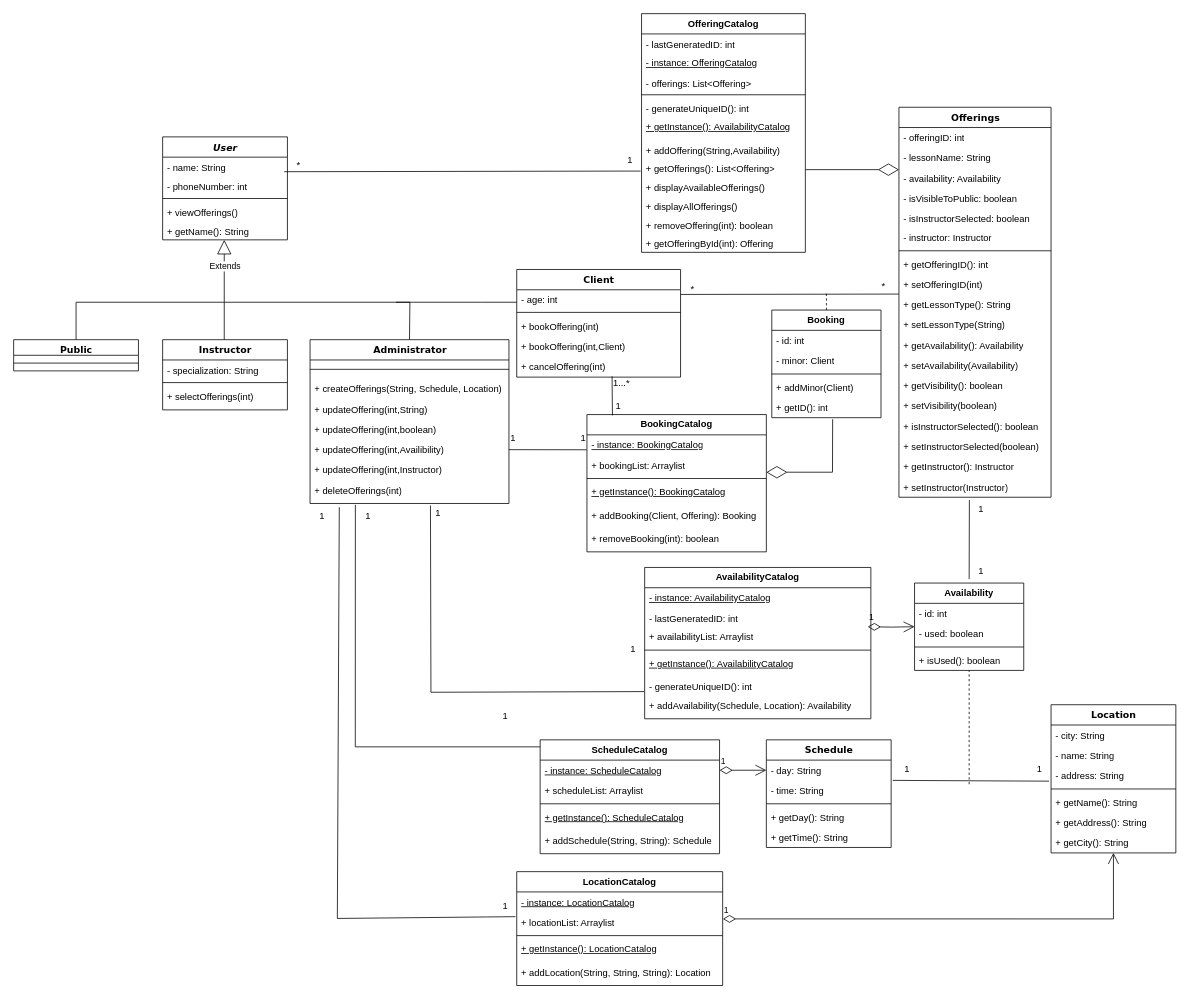
codedsami/SOEN-342-Project keeps this draw.io diagram as iteration 3/UML_Class_Diagram_Process_Bookings.drawio. Above is the earlier version. Source tidied: cells renumbered, new cells numbered last; positions are measured from the earlier drawing's top-left corner, leaving out a move shared by most shapes. Both pictures are drawn from the tidied source at 78%, with x=0, y=0 at pixel (13, 13).
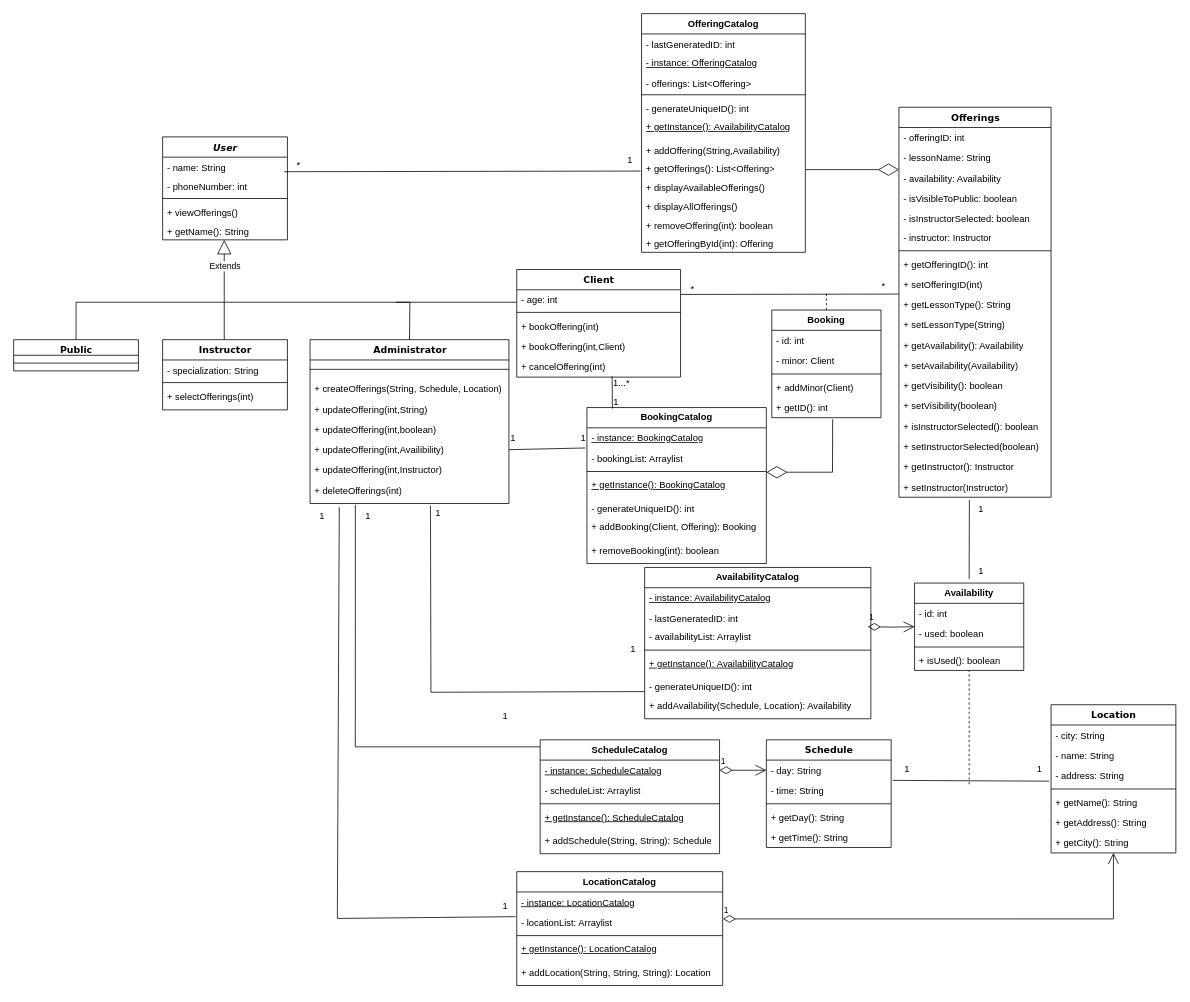
After the change.

Commit message (it also covers changes not shown here):
fixed typo in class diagram

Unchanged cells that the change refers to:
```xml
<mxCell id="60" value="&lt;b&gt;ScheduleCatalog&lt;/b&gt;" style="swimlane;fontStyle=0;horizontal=1;startSize=26;fillColor=none;whiteSpace=wrap;html=1;" parent="1" vertex="1">
  <mxGeometry x="675" y="931" width="230" height="146" as="geometry" />
</mxCell>
<mxCell id="73" value="&lt;div&gt;+ updateOffering(int,Availibility)&lt;/div&gt;&lt;div&gt;&lt;br&gt;&lt;/div&gt;" style="text;html=1;strokeColor=none;fillColor=none;align=left;verticalAlign=top;spacingLeft=4;spacingRight=4;whiteSpace=wrap;overflow=hidden;points=[[0,0.5],[1,0.5]];portConstraint=eastwest;" parent="68" vertex="1">
  <mxGeometry y="128" width="255" height="26" as="geometry" />
</mxCell>
<mxCell id="122" value="1" style="text;html=1;align=center;verticalAlign=middle;points=[];strokeColor=none;fillColor=none;" parent="1" vertex="1">
  <mxGeometry x="715" y="530" width="30" height="30" as="geometry" />
</mxCell>
<mxCell id="126" value="&lt;b&gt;LocationCatalog&lt;/b&gt;" style="swimlane;fontStyle=0;horizontal=1;startSize=26;fillColor=none;whiteSpace=wrap;html=1;" parent="1" vertex="1">
  <mxGeometry x="645" y="1100" width="264" height="146" as="geometry" />
</mxCell>
<mxCell id="132" value="&lt;b&gt;AvailabilityCatalog&lt;/b&gt;" style="swimlane;fontStyle=0;horizontal=1;startSize=26;fillColor=none;whiteSpace=wrap;html=1;" parent="1" vertex="1">
  <mxGeometry x="809" y="710" width="290" height="194" as="geometry" />
</mxCell>
<mxCell id="141" value="&lt;u&gt;- instance: BookingCatalog&lt;/u&gt;" style="text;strokeColor=none;fillColor=none;align=left;verticalAlign=top;spacingLeft=4;spacingRight=4;overflow=hidden;points=[[0,0.5],[1,0.5]];portConstraint=eastwest;whiteSpace=wrap;html=1;" parent="140" vertex="1">
  <mxGeometry y="26" width="230" height="26" as="geometry" />
</mxCell>
```

What changed in the source:
```diff
@@
-    <mxCell id="62" value="+ scheduleList: Arraylist" style="text;strokeColor=none;fillColor=none;align=left;verticalAlign=top;spacingLeft=4;spacingRight=4;overflow=hidden;whiteSpace=wrap;html=1;" parent="60" vertex="1">
+    <mxCell id="62" value="- scheduleList: Arraylist" style="text;strokeColor=none;fillColor=none;align=left;verticalAlign=top;spacingLeft=4;spacingRight=4;overflow=hidden;whiteSpace=wrap;html=1;" parent="60" vertex="1">
       <mxGeometry y="52" width="230" height="26" as="geometry" />
     </mxCell>
@@
-    <mxCell id="120" style="endArrow=none;html=1;rounded=0;exitX=1;exitY=0.5;exitDx=0;exitDy=0;entryX=-0.002;entryY=0.736;entryDx=0;entryDy=0;entryPerimeter=0;" parent="1" edge="1" source="73" target="141">
+    <mxCell id="120" style="endArrow=none;html=1;rounded=0;exitX=1;exitY=0.5;exitDx=0;exitDy=0;entryX=0.597;entryY=0.894;entryDx=0;entryDy=0;entryPerimeter=0;" parent="1" edge="1" source="73" target="122">
       <mxGeometry relative="1" as="geometry" />
     </mxCell>
@@
-    <mxCell id="128" value="+ locationList: Arraylist" style="text;strokeColor=none;fillColor=none;align=left;verticalAlign=top;spacingLeft=4;spacingRight=4;overflow=hidden;points=[[0,0.5],[1,0.5]];portConstraint=eastwest;whiteSpace=wrap;html=1;" parent="126" vertex="1">
+    <mxCell id="128" value="- locationList: Arraylist" style="text;strokeColor=none;fillColor=none;align=left;verticalAlign=top;spacingLeft=4;spacingRight=4;overflow=hidden;points=[[0,0.5],[1,0.5]];portConstraint=eastwest;whiteSpace=wrap;html=1;" parent="126" vertex="1">
       <mxGeometry y="52" width="264" height="26" as="geometry" />
     </mxCell>
@@
-    <mxCell id="135" value="+ availabilityList: Arraylist" style="text;strokeColor=none;fillColor=none;align=left;verticalAlign=top;spacingLeft=4;spacingRight=4;overflow=hidden;whiteSpace=wrap;html=1;" parent="132" vertex="1">
+    <mxCell id="135" value="- availabilityList: Arraylist" style="text;strokeColor=none;fillColor=none;align=left;verticalAlign=top;spacingLeft=4;spacingRight=4;overflow=hidden;whiteSpace=wrap;html=1;" parent="132" vertex="1">
       <mxGeometry y="76" width="290" height="26" as="geometry" />
     </mxCell>
@@
     <mxCell id="140" value="&lt;b&gt;BookingCatalog&lt;/b&gt;" style="swimlane;fontStyle=0;horizontal=1;startSize=26;fillColor=none;whiteSpace=wrap;html=1;" parent="1" vertex="1">
-      <mxGeometry x="735" y="514" width="230" height="176" as="geometry" />
+      <mxGeometry x="735" y="505" width="230" height="200" as="geometry" />
     </mxCell>
@@
-    <mxCell id="142" value="+ bookingList: Arraylist" style="text;strokeColor=none;fillColor=none;align=left;verticalAlign=top;spacingLeft=4;spacingRight=4;overflow=hidden;whiteSpace=wrap;html=1;" parent="140" vertex="1">
+    <mxCell id="142" value="- bookingList: Arraylist" style="text;strokeColor=none;fillColor=none;align=left;verticalAlign=top;spacingLeft=4;spacingRight=4;overflow=hidden;whiteSpace=wrap;html=1;" parent="140" vertex="1">
       <mxGeometry y="52" width="230" height="26" as="geometry" />
     </mxCell>
@@
+    <mxCell id="152" value="- generateUniqueID(): int" style="text;html=1;strokeColor=none;fillColor=none;align=left;verticalAlign=top;spacingLeft=4;spacingRight=4;whiteSpace=wrap;overflow=hidden;" parent="140" vertex="1">
+      <mxGeometry y="116" width="230" height="24" as="geometry" />
+    </mxCell>
     <mxCell id="145" value="+ addBooking(Client, Offering): Booking" style="text;strokeColor=none;fillColor=none;align=left;verticalAlign=top;spacingLeft=4;spacingRight=4;overflow=hidden;whiteSpace=wrap;html=1;" parent="140" vertex="1">
-      <mxGeometry y="116" width="230" height="30" as="geometry" />
+      <mxGeometry y="140" width="230" height="30" as="geometry" />
     </mxCell>
     <mxCell id="146" value="+ removeBooking(int): boolean" style="text;strokeColor=none;fillColor=none;align=left;verticalAlign=top;spacingLeft=4;spacingRight=4;overflow=hidden;whiteSpace=wrap;html=1;" parent="140" vertex="1">
-      <mxGeometry y="146" width="230" height="30" as="geometry" />
+      <mxGeometry y="170" width="230" height="30" as="geometry" />
     </mxCell>
@@
     <mxCell id="149" value="1" style="text;html=1;align=center;verticalAlign=middle;strokeColor=none;fillColor=none;" parent="1" vertex="1">
-      <mxGeometry x="760" y="488" width="30" height="30" as="geometry" />
+      <mxGeometry x="757" y="483" width="30" height="30" as="geometry" />
     </mxCell>
```
